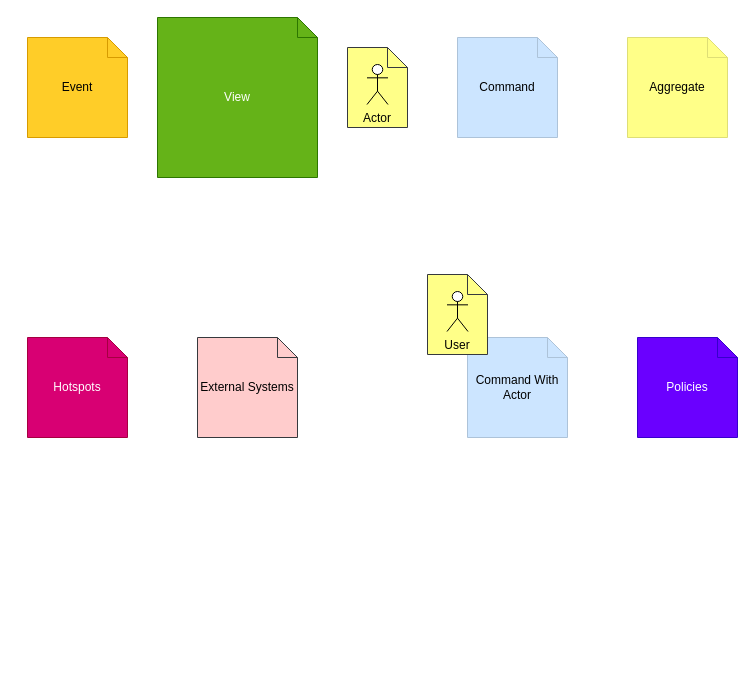
codefinity/oeuvre keeps this draw.io diagram as page "EventStromingTemplate" (1 of 6) of design/EventStorming.drawio. Above is the earlier version. Source tidied: cells renumbered, new cells numbered last; positions are measured from the earlier drawing's top-left corner, leaving out a move shared by most shapes. Both pictures are drawn from the tidied source at 100%, with x=0, y=0 at pixel (27, 17).
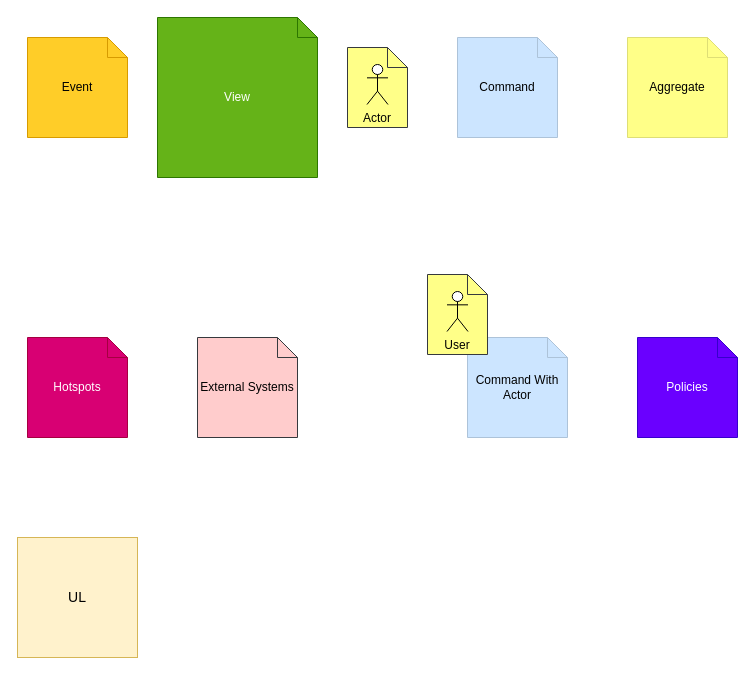
The same page after the edit.

The edit, as a diff of the source:
```diff
@@
 <mxGraphModel>
   <root>
     <mxCell id="0" />
     <mxCell id="1" parent="0" />
     <mxCell id="2" value="Event" style="shape=note;size=20;whiteSpace=wrap;html=1;fillColor=#ffcd28;strokeColor=#d79b00;" parent="1" vertex="1">
       <mxGeometry y="20" width="100" height="100" as="geometry" />
     </mxCell>
     <mxCell id="3" value="View" style="shape=note;size=20;whiteSpace=wrap;html=1;strokeColor=#2D7600;fontColor=#ffffff;fillColor=#65B318;" parent="1" vertex="1">
       <mxGeometry x="130" width="160" height="160" as="geometry" />
     </mxCell>
     <mxCell id="4" style="group;" parent="1" vertex="1">
       <mxGeometry x="320" y="30" width="60" height="80" as="geometry" />
     </mxCell>
     <mxCell id="5" style="group;" parent="4" vertex="1">
       <mxGeometry width="60" height="80" as="geometry" />
     </mxCell>
     <mxCell id="6" value="Actor" style="shape=note;size=20;whiteSpace=wrap;html=1;fillColor=#ffff88;strokeColor=#36393d;verticalAlign=bottom;" parent="5" vertex="1">
       <mxGeometry width="60" height="80" as="geometry" />
     </mxCell>
     <mxCell id="7" style="shape=umlActor;verticalLabelPosition=bottom;verticalAlign=top;html=1;" parent="5" vertex="1">
       <mxGeometry x="19.5" y="17" width="21" height="40" as="geometry" />
     </mxCell>
     <mxCell id="8" value="Command" style="shape=note;size=20;whiteSpace=wrap;html=1;fillColor=#cce5ff;strokeColor=#ADC3D9;" parent="1" vertex="1">
       <mxGeometry x="430" y="20" width="100" height="100" as="geometry" />
     </mxCell>
     <mxCell id="9" value="Aggregate" style="shape=note;size=20;whiteSpace=wrap;html=1;fillColor=#ffff88;strokeColor=#DEDE76;" parent="1" vertex="1">
       <mxGeometry x="600" y="20" width="100" height="100" as="geometry" />
     </mxCell>
     <mxCell id="10" value="Hotspots" style="shape=note;size=20;whiteSpace=wrap;html=1;fillColor=#d80073;strokeColor=#A50040;fontColor=#ffffff;" parent="1" vertex="1">
       <mxGeometry y="320" width="100" height="100" as="geometry" />
     </mxCell>
     <mxCell id="11" value="External Systems" style="shape=note;size=20;whiteSpace=wrap;html=1;fillColor=#ffcccc;strokeColor=#36393d;" parent="1" vertex="1">
       <mxGeometry x="170" y="320" width="100" height="100" as="geometry" />
     </mxCell>
     <mxCell id="12" value="Policies" style="shape=note;size=20;whiteSpace=wrap;html=1;fillColor=#6a00ff;strokeColor=#3700CC;fontColor=#ffffff;" parent="1" vertex="1">
       <mxGeometry x="610" y="320" width="100" height="100" as="geometry" />
     </mxCell>
     <mxCell id="13" value="Command With Actor" style="shape=note;size=20;whiteSpace=wrap;html=1;fillColor=#cce5ff;strokeColor=#ADC3D9;" parent="1" vertex="1">
       <mxGeometry x="440" y="320" width="100" height="100" as="geometry" />
     </mxCell>
     <mxCell id="14" style="group;fontStyle=0;" parent="1" vertex="1">
       <mxGeometry x="400" y="257" width="60" height="80" as="geometry" />
     </mxCell>
     <mxCell id="15" style="group;" parent="14" vertex="1">
       <mxGeometry width="60" height="80" as="geometry" />
     </mxCell>
     <mxCell id="16" value="User" style="shape=note;size=20;whiteSpace=wrap;html=1;fillColor=#ffff88;strokeColor=#36393d;verticalAlign=bottom;" parent="15" vertex="1">
       <mxGeometry width="60" height="80" as="geometry" />
     </mxCell>
     <mxCell id="17" style="shape=umlActor;verticalLabelPosition=bottom;verticalAlign=top;html=1;" parent="15" vertex="1">
       <mxGeometry x="19.5" y="17" width="21" height="40" as="geometry" />
     </mxCell>
+    <mxCell id="18" value="UL" style="whiteSpace=wrap;html=1;fontSize=14;fillColor=#fff2cc;strokeColor=#d6b656;" parent="1" vertex="1">
+      <mxGeometry x="-10" y="520" width="120" height="120" as="geometry" />
+    </mxCell>
   </root>
 </mxGraphModel>
```
